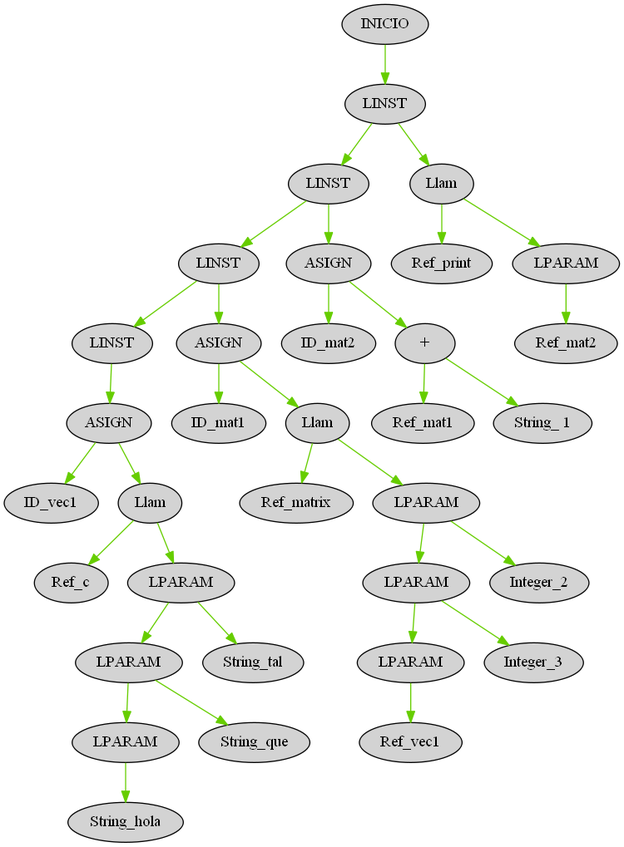
Before: OLC2P12020/AST_proyecto.png, a diagram exported from Graphviz (ElmerAlay/OLC21P2020). Its source is kept beside it as OLC2P12020/AST_proyecto.dot.
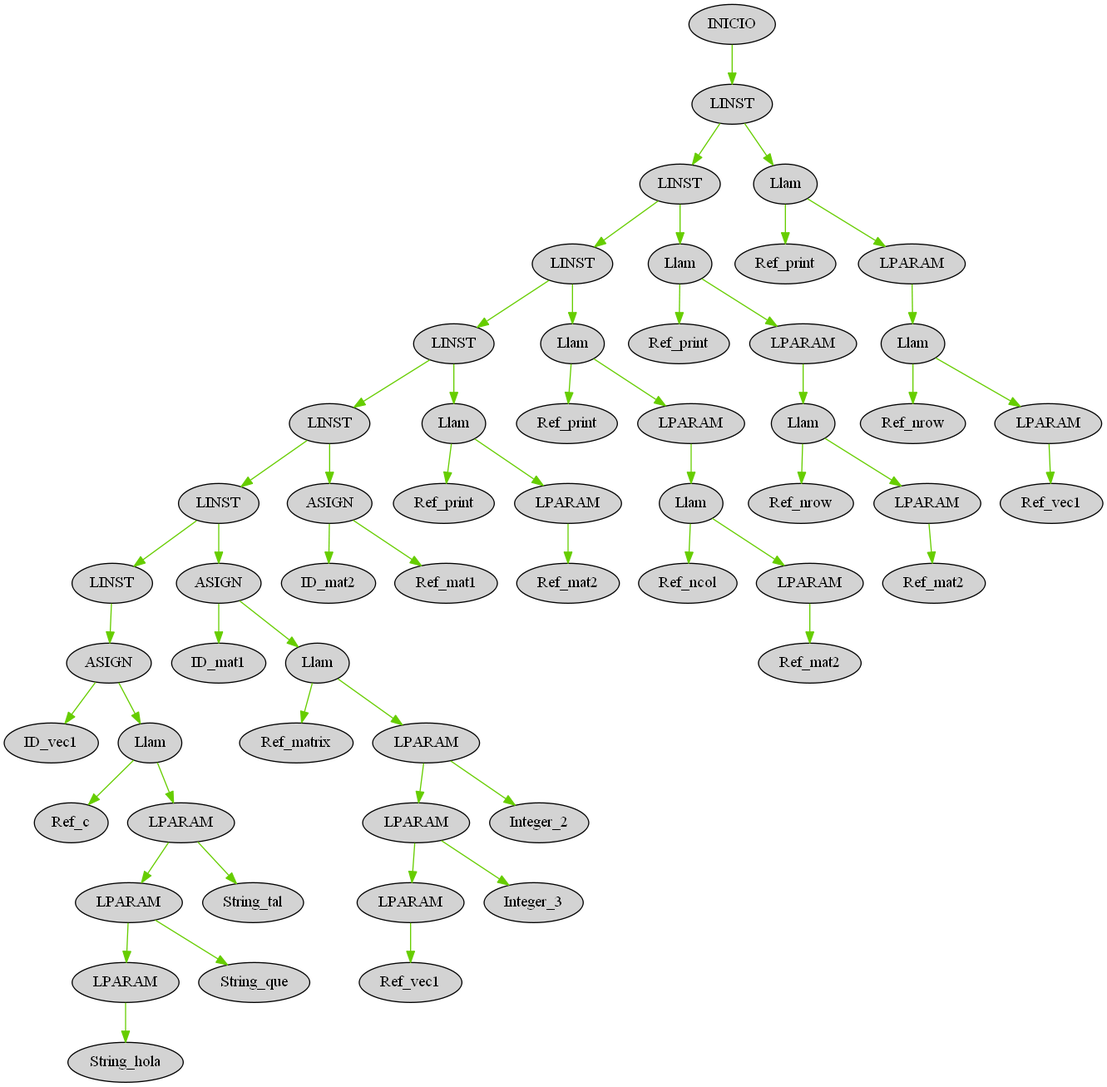
Later version of the same file.

What changed in the source:
```diff
@@ -1,103 +1,169 @@
 digraph G { node[shape=oval, style=filled, collor=coral]; edge[color=chartreuse3]; rankdir=UD
 
-"140" [label="INICIO"]
-"139" [label="LINST"]
-"140" -> "139"
-"139" [label="LINST"]
+"143" [label="INICIO"]
+"142" [label="LINST"]
+"143" -> "142"
+"142" [label="LINST"]
 "134" [label="LINST"]
-"139" -> "134"
+"142" -> "134"
 "134" [label="LINST"]
-"128" [label="LINST"]
-"134" -> "128"
-"128" [label="LINST"]
-"117" [label="LINST"]
-"128" -> "117"
-"117" [label="LINST"]
-"116" [label="ASIGN"]
+"126" [label="LINST"]
+"134" -> "126"
+"126" [label="LINST"]
+"118" [label="LINST"]
+"126" -> "118"
+"118" [label="LINST"]
+"113" [label="LINST"]
+"118" -> "113"
+"113" [label="LINST"]
+"109" [label="LINST"]
+"113" -> "109"
+"109" [label="LINST"]
+"98" [label="LINST"]
+"109" -> "98"
+"98" [label="LINST"]
+"97" [label="ASIGN"]
+"98" -> "97"
+"97" [label="ASIGN"]
+"96" [label="ID_vec1"]
+"97" -> "96"
+"97" [label="ASIGN"]
+"95" [label="Llam"]
+"97" -> "95"
+"95" [label="Llam"]
+"94" [label="Ref_c"]
+"95" -> "94"
+"95" [label="Llam"]
+"93" [label="LPARAM"]
+"95" -> "93"
+"93" [label="LPARAM"]
+"91" [label="LPARAM"]
+"93" -> "91"
+"91" [label="LPARAM"]
+"89" [label="LPARAM"]
+"91" -> "89"
+"89" [label="LPARAM"]
+"88" [label="String_hola"]
+"89" -> "88"
+"91" [label="LPARAM"]
+"90" [label="String_que"]
+"91" -> "90"
+"93" [label="LPARAM"]
+"92" [label="String_tal"]
+"93" -> "92"
+"109" [label="LINST"]
+"108" [label="ASIGN"]
+"109" -> "108"
+"108" [label="ASIGN"]
+"107" [label="ID_mat1"]
+"108" -> "107"
+"108" [label="ASIGN"]
+"106" [label="Llam"]
+"108" -> "106"
+"106" [label="Llam"]
+"105" [label="Ref_matrix"]
+"106" -> "105"
+"106" [label="Llam"]
+"104" [label="LPARAM"]
+"106" -> "104"
+"104" [label="LPARAM"]
+"102" [label="LPARAM"]
+"104" -> "102"
+"102" [label="LPARAM"]
+"100" [label="LPARAM"]
+"102" -> "100"
+"100" [label="LPARAM"]
+"99" [label="Ref_vec1"]
+"100" -> "99"
+"102" [label="LPARAM"]
+"101" [label="Integer_3"]
+"102" -> "101"
+"104" [label="LPARAM"]
+"103" [label="Integer_2"]
+"104" -> "103"
+"113" [label="LINST"]
+"112" [label="ASIGN"]
+"113" -> "112"
+"112" [label="ASIGN"]
+"111" [label="ID_mat2"]
+"112" -> "111"
+"112" [label="ASIGN"]
+"110" [label="Ref_mat1"]
+"112" -> "110"
+"118" [label="LINST"]
+"117" [label="Llam"]
+"118" -> "117"
+"117" [label="Llam"]
+"116" [label="Ref_print"]
 "117" -> "116"
-"116" [label="ASIGN"]
-"115" [label="ID_vec1"]
-"116" -> "115"
-"116" [label="ASIGN"]
-"114" [label="Llam"]
-"116" -> "114"
-"114" [label="Llam"]
-"113" [label="Ref_c"]
-"114" -> "113"
-"114" [label="Llam"]
-"112" [label="LPARAM"]
-"114" -> "112"
-"112" [label="LPARAM"]
-"110" [label="LPARAM"]
-"112" -> "110"
-"110" [label="LPARAM"]
-"108" [label="LPARAM"]
-"110" -> "108"
-"108" [label="LPARAM"]
-"107" [label="String_hola"]
-"108" -> "107"
-"110" [label="LPARAM"]
-"109" [label="String_que"]
-"110" -> "109"
-"112" [label="LPARAM"]
-"111" [label="String_tal"]
-"112" -> "111"
-"128" [label="LINST"]
-"127" [label="ASIGN"]
-"128" -> "127"
-"127" [label="ASIGN"]
-"126" [label="ID_mat1"]
-"127" -> "126"
-"127" [label="ASIGN"]
+"117" [label="Llam"]
+"115" [label="LPARAM"]
+"117" -> "115"
+"115" [label="LPARAM"]
+"114" [label="Ref_mat2"]
+"115" -> "114"
+"126" [label="LINST"]
 "125" [label="Llam"]
-"127" -> "125"
+"126" -> "125"
 "125" [label="Llam"]
-"124" [label="Ref_matrix"]
+"124" [label="Ref_print"]
 "125" -> "124"
 "125" [label="Llam"]
 "123" [label="LPARAM"]
 "125" -> "123"
 "123" [label="LPARAM"]
-"121" [label="LPARAM"]
-"123" -> "121"
-"121" [label="LPARAM"]
-"119" [label="LPARAM"]
-"121" -> "119"
-"119" [label="LPARAM"]
-"118" [label="Ref_vec1"]
-"119" -> "118"
-"121" [label="LPARAM"]
-"120" [label="Integer_3"]
-"121" -> "120"
-"123" [label="LPARAM"]
-"122" [label="Integer_2"]
+"122" [label="Llam"]
 "123" -> "122"
+"122" [label="Llam"]
+"121" [label="Ref_ncol"]
+"122" -> "121"
+"122" [label="Llam"]
+"120" [label="LPARAM"]
+"122" -> "120"
+"120" [label="LPARAM"]
+"119" [label="Ref_mat2"]
+"120" -> "119"
 "134" [label="LINST"]
-"133" [label="ASIGN"]
+"133" [label="Llam"]
 "134" -> "133"
-"133" [label="ASIGN"]
-"132" [label="ID_mat2"]
+"133" [label="Llam"]
+"132" [label="Ref_print"]
 "133" -> "132"
-"133" [label="ASIGN"]
-"131" [label="+"]
+"133" [label="Llam"]
+"131" [label="LPARAM"]
 "133" -> "131"
-"131" [label="+"]
-"129" [label="Ref_mat1"]
-"131" -> "129"
-"131" [label="+"]
-"130" [label="String_ 1"]
+"131" [label="LPARAM"]
+"130" [label="Llam"]
 "131" -> "130"
-"139" [label="LINST"]
+"130" [label="Llam"]
+"129" [label="Ref_nrow"]
+"130" -> "129"
+"130" [label="Llam"]
+"128" [label="LPARAM"]
+"130" -> "128"
+"128" [label="LPARAM"]
+"127" [label="Ref_mat2"]
+"128" -> "127"
+"142" [label="LINST"]
+"141" [label="Llam"]
+"142" -> "141"
+"141" [label="Llam"]
+"140" [label="Ref_print"]
+"141" -> "140"
+"141" [label="Llam"]
+"139" [label="LPARAM"]
+"141" -> "139"
+"139" [label="LPARAM"]
 "138" [label="Llam"]
 "139" -> "138"
 "138" [label="Llam"]
-"137" [label="Ref_print"]
+"137" [label="Ref_nrow"]
 "138" -> "137"
 "138" [label="Llam"]
 "136" [label="LPARAM"]
 "138" -> "136"
 "136" [label="LPARAM"]
-"135" [label="Ref_mat2"]
+"135" [label="Ref_vec1"]
 "136" -> "135"
 
 }
```
